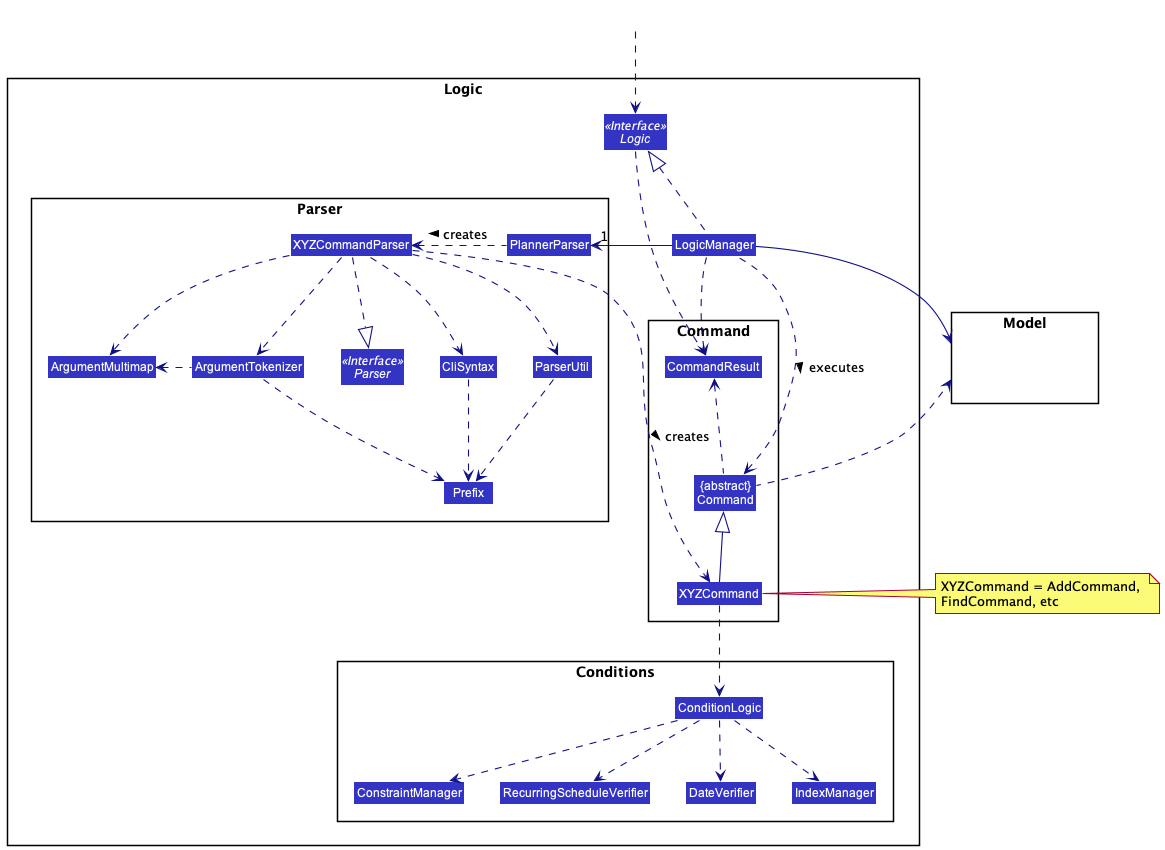
This is docs/images/LogicClassDiagram.png from nus-cs2103-AY2021S2/tp, a PlantUML export, as it was before one commit.
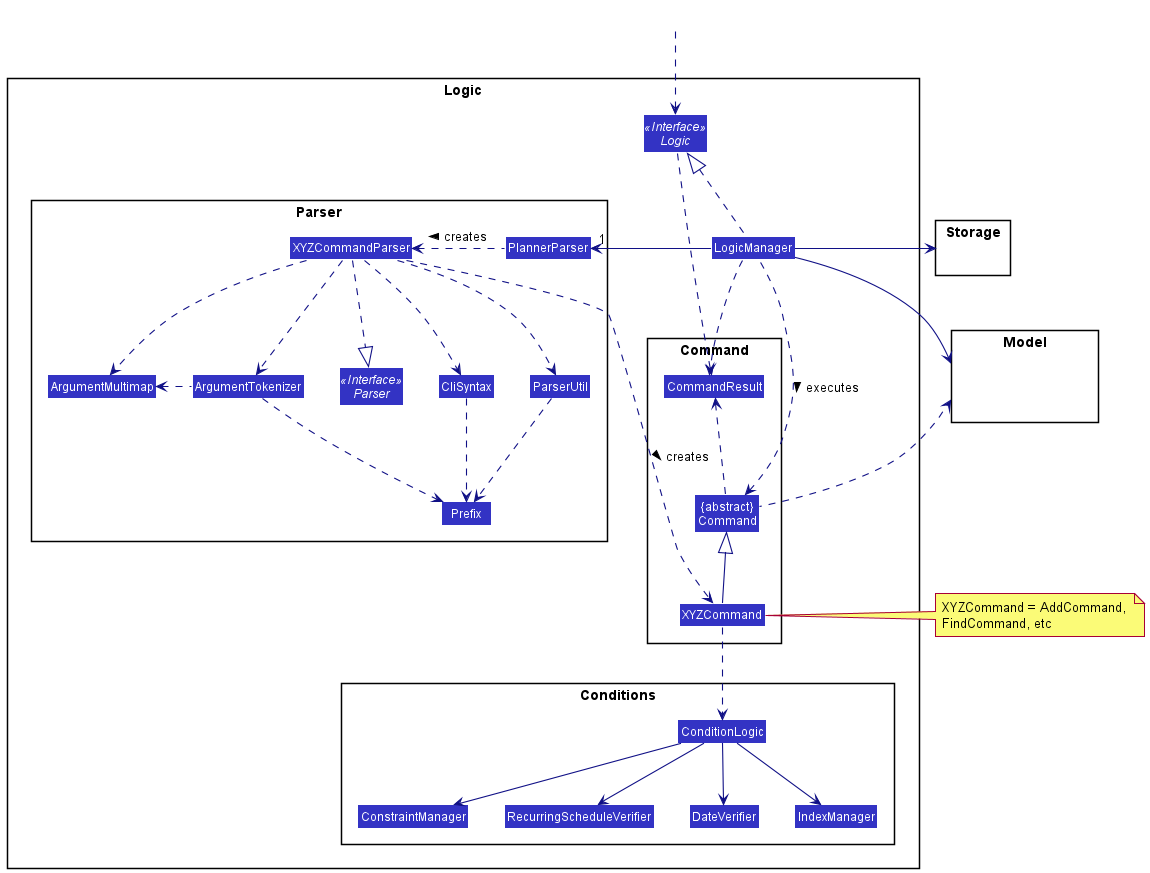
After the change.

Commit message:
Update DG diagrams according to bug reports in AB3

Diff of the diagram source:
```diff
@@ -35,7 +35,11 @@
 Class LogicManager
 }
 
-package Model{
+package Model {
+Class HiddenModel #FFFFFF
+}
+
+package Storage {
 Class HiddenModel #FFFFFF
 }
 
@@ -61,11 +65,12 @@
 LogicManager .left.> Command : executes >
 
 XYZCommand ..> ConditionLogic
-ConditionLogic ..> DateVerifier
-ConditionLogic ..> IndexManager
-ConditionLogic ..> ConstraintManager
-ConditionLogic ..> RecurringScheduleVerifier
+ConditionLogic --> DateVerifier
+ConditionLogic --> IndexManager
+ConditionLogic --> ConstraintManager
+ConditionLogic --> RecurringScheduleVerifier
 
+LogicManager -right-> Storage
 LogicManager --> Model
 Command .left.> Model
 
```
